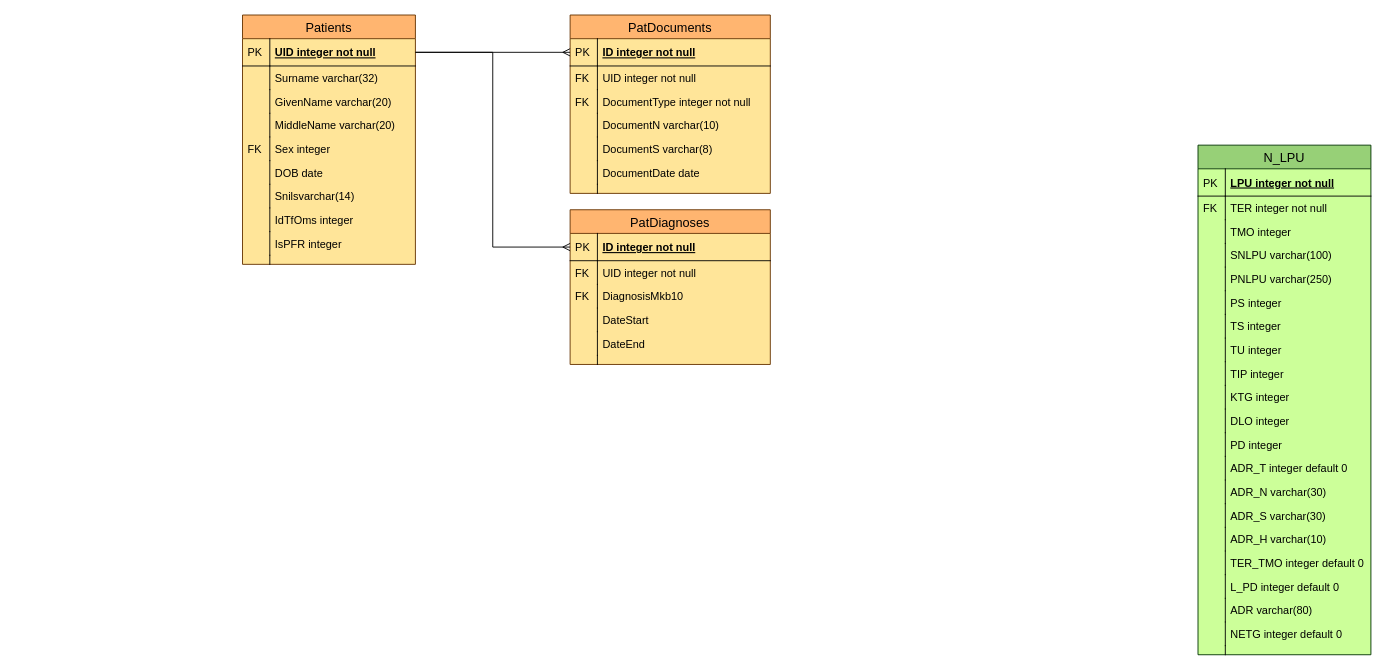
Before: js/Untitled Diagram.drawio in MillerProg/shop, a draw.io diagram. Source tidied: cells renumbered, new cells numbered last; positions are measured from the earlier drawing's top-left corner, leaving out a move shared by most shapes. Both pictures are drawn from the tidied source at 91%, with x=0, y=0 at pixel (242, 15).
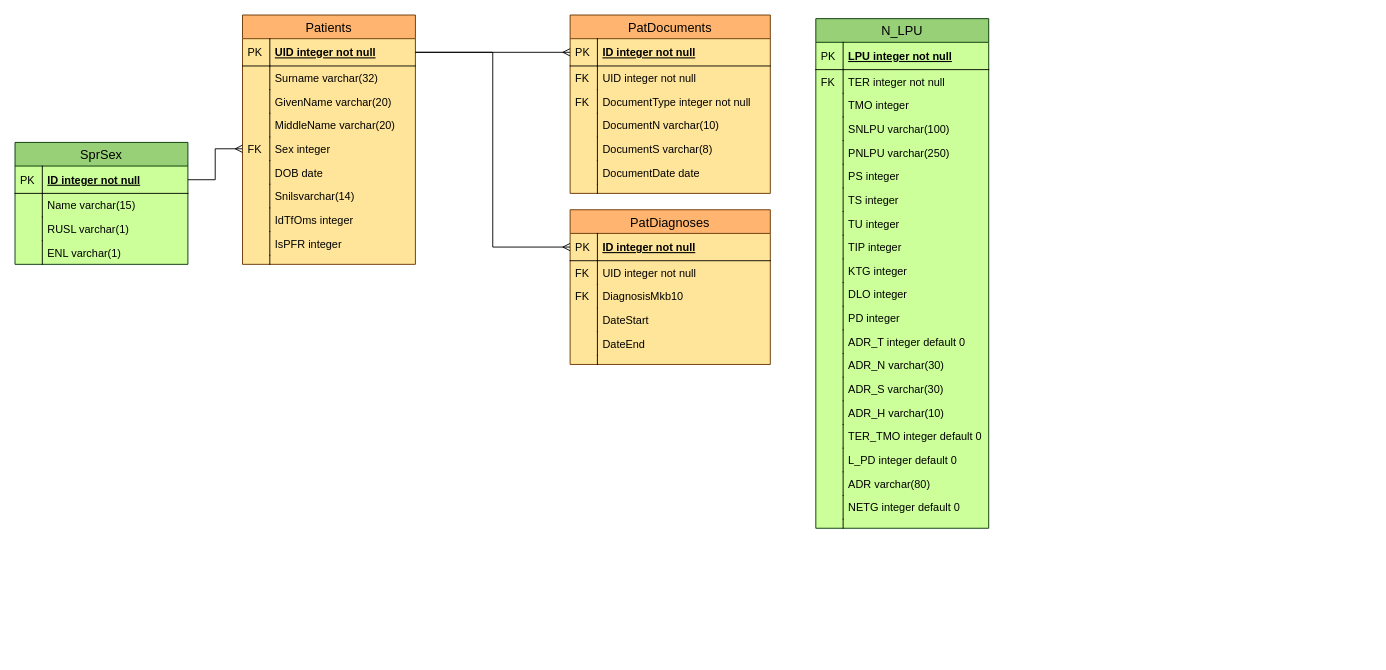
The same page after the edit.

Unchanged cells that the change refers to:
```xml
<mxCell id="54" value="Sex integer" style="shape=partialRectangle;top=0;left=0;right=0;bottom=0;align=left;verticalAlign=top;fillColor=none;spacingLeft=34;spacingRight=4;overflow=hidden;points=[[0,0.5],[1,0.5]];portConstraint=eastwest;fontSize=12;" parent="45" vertex="1">
  <mxGeometry y="134" width="190" height="26" as="geometry" />
</mxCell>
```

Diff of the diagram source:
```diff
@@
     <mxCell id="2" value="N_LPU" style="swimlane;fontStyle=0;horizontal=1;startSize=26;fillColor=#97D077;swimlaneFillColor=#CCFF99;align=center;fontSize=14;strokeColor=#003300;" parent="1" vertex="1">
-      <mxGeometry x="1050" y="143" width="190" height="560" as="geometry" />
+      <mxGeometry x="630" y="4" width="190" height="560" as="geometry" />
     </mxCell>
@@
+    <mxCell id="96" value="SprSex" style="swimlane;fontStyle=0;horizontal=1;startSize=26;fillColor=#97D077;swimlaneFillColor=#CCFF99;align=center;fontSize=14;strokeColor=#003300;" parent="1" vertex="1">
+      <mxGeometry x="-250" y="140" width="190" height="134" as="geometry" />
+    </mxCell>
+    <mxCell id="97" value="ID integer not null" style="shape=partialRectangle;top=0;left=0;right=0;bottom=1;align=left;verticalAlign=middle;fillColor=none;spacingLeft=34;spacingRight=4;overflow=hidden;points=[[0,0.5],[1,0.5]];portConstraint=eastwest;fontStyle=5;fontSize=12;" parent="96" vertex="1">
+      <mxGeometry y="26" width="190" height="30" as="geometry" />
+    </mxCell>
+    <mxCell id="98" value="PK" style="shape=partialRectangle;top=0;left=0;bottom=0;fillColor=none;align=left;verticalAlign=middle;spacingLeft=4;spacingRight=4;overflow=hidden;fontSize=12;" parent="97" vertex="1">
+      <mxGeometry width="30" height="30" as="geometry" />
+    </mxCell>
+    <mxCell id="99" value="Name varchar(15)" style="shape=partialRectangle;top=0;left=0;right=0;bottom=0;align=left;verticalAlign=top;fillColor=none;spacingLeft=34;spacingRight=4;overflow=hidden;fontSize=12;strokeColor=#003300;" parent="96" vertex="1">
+      <mxGeometry y="56" width="190" height="26" as="geometry" />
+    </mxCell>
+    <mxCell id="100" style="shape=partialRectangle;top=0;left=0;bottom=0;fillColor=none;align=left;verticalAlign=top;spacingLeft=4;spacingRight=4;overflow=hidden;fontSize=12;" parent="99" vertex="1">
+      <mxGeometry width="30" height="26" as="geometry" />
+    </mxCell>
+    <mxCell id="101" value="RUSL varchar(1)" style="shape=partialRectangle;top=0;left=0;right=0;bottom=0;align=left;verticalAlign=top;fillColor=none;spacingLeft=34;spacingRight=4;overflow=hidden;fontSize=12;strokeColor=#003300;" parent="96" vertex="1">
+      <mxGeometry y="82" width="190" height="26" as="geometry" />
+    </mxCell>
+    <mxCell id="102" style="shape=partialRectangle;top=0;left=0;bottom=0;fillColor=none;align=left;verticalAlign=top;spacingLeft=4;spacingRight=4;overflow=hidden;fontSize=12;" parent="101" vertex="1">
+      <mxGeometry width="30" height="26" as="geometry" />
+    </mxCell>
+    <mxCell id="103" value="ENL varchar(1)" style="shape=partialRectangle;top=0;left=0;right=0;bottom=0;align=left;verticalAlign=top;fillColor=none;spacingLeft=34;spacingRight=4;overflow=hidden;fontSize=12;strokeColor=#003300;" parent="96" vertex="1">
+      <mxGeometry y="108" width="190" height="26" as="geometry" />
+    </mxCell>
+    <mxCell id="104" style="shape=partialRectangle;top=0;left=0;bottom=0;fillColor=none;align=left;verticalAlign=top;spacingLeft=4;spacingRight=4;overflow=hidden;fontSize=12;" parent="103" vertex="1">
+      <mxGeometry width="30" height="26" as="geometry" />
+    </mxCell>
+    <mxCell id="105" style="edgeStyle=orthogonalEdgeStyle;rounded=0;jettySize=auto;html=1;exitX=1;exitY=0.5;exitDx=0;exitDy=0;entryX=0;entryY=0.5;entryDx=0;entryDy=0;endArrow=ERmany;endFill=0;" parent="1" edge="1" source="97" target="54">
+      <mxGeometry relative="1" as="geometry" />
+    </mxCell>
```
